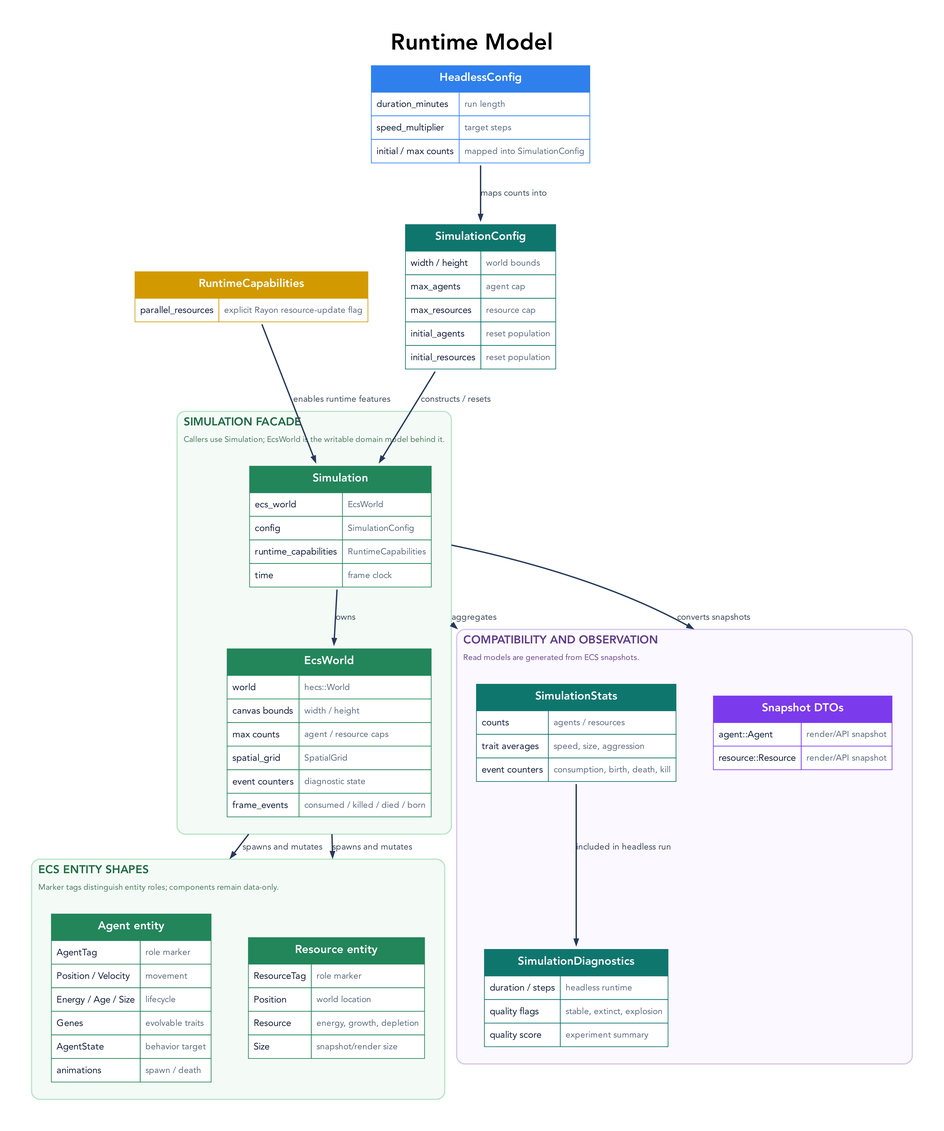
The Graphviz diagram docs/diagrams/runtime-model.png in tre-systems/evo-1, before a commit. Its source is kept beside it as docs/diagrams/runtime-model.dot.
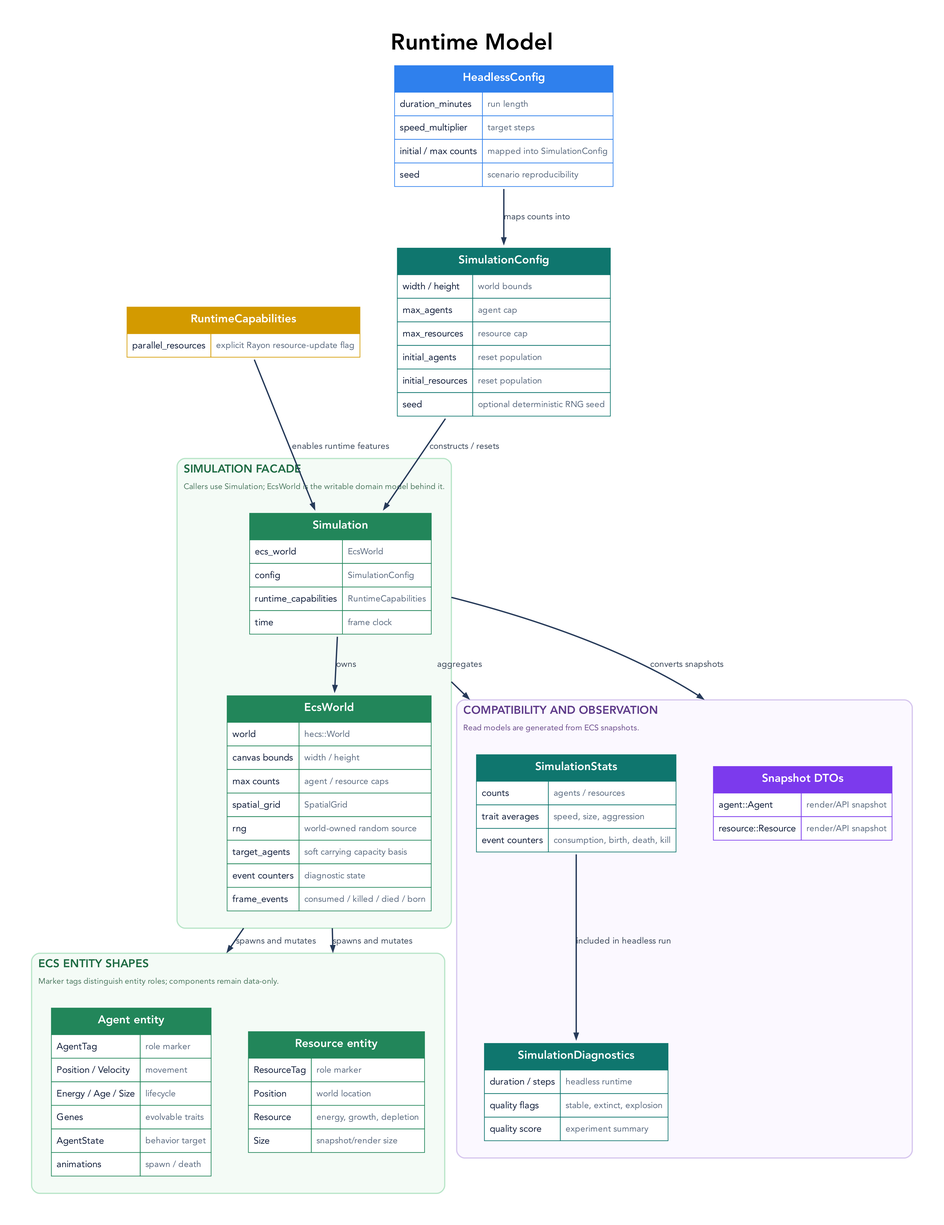
The same file after the commit.

The edit, as a diff of the source:
```diff
@@ -43,6 +43,7 @@
       <TR><TD ALIGN="LEFT"><FONT POINT-SIZE="14">max_resources</FONT></TD><TD ALIGN="LEFT"><FONT POINT-SIZE="13" COLOR="#5b6b80">resource cap</FONT></TD></TR>
       <TR><TD ALIGN="LEFT"><FONT POINT-SIZE="14">initial_agents</FONT></TD><TD ALIGN="LEFT"><FONT POINT-SIZE="13" COLOR="#5b6b80">reset population</FONT></TD></TR>
       <TR><TD ALIGN="LEFT"><FONT POINT-SIZE="14">initial_resources</FONT></TD><TD ALIGN="LEFT"><FONT POINT-SIZE="13" COLOR="#5b6b80">reset population</FONT></TD></TR>
+      <TR><TD ALIGN="LEFT"><FONT POINT-SIZE="14">seed</FONT></TD><TD ALIGN="LEFT"><FONT POINT-SIZE="13" COLOR="#5b6b80">optional deterministic RNG seed</FONT></TD></TR>
     </TABLE>
   >];
 
@@ -52,6 +53,7 @@
       <TR><TD ALIGN="LEFT"><FONT POINT-SIZE="14">duration_minutes</FONT></TD><TD ALIGN="LEFT"><FONT POINT-SIZE="13" COLOR="#5b6b80">run length</FONT></TD></TR>
       <TR><TD ALIGN="LEFT"><FONT POINT-SIZE="14">speed_multiplier</FONT></TD><TD ALIGN="LEFT"><FONT POINT-SIZE="13" COLOR="#5b6b80">target steps</FONT></TD></TR>
       <TR><TD ALIGN="LEFT"><FONT POINT-SIZE="14">initial / max counts</FONT></TD><TD ALIGN="LEFT"><FONT POINT-SIZE="13" COLOR="#5b6b80">mapped into SimulationConfig</FONT></TD></TR>
+      <TR><TD ALIGN="LEFT"><FONT POINT-SIZE="14">seed</FONT></TD><TD ALIGN="LEFT"><FONT POINT-SIZE="13" COLOR="#5b6b80">scenario reproducibility</FONT></TD></TR>
     </TABLE>
   >];
 
@@ -96,6 +98,8 @@
         <TR><TD ALIGN="LEFT"><FONT POINT-SIZE="14">canvas bounds</FONT></TD><TD ALIGN="LEFT"><FONT POINT-SIZE="13" COLOR="#5b6b80">width / height</FONT></TD></TR>
         <TR><TD ALIGN="LEFT"><FONT POINT-SIZE="14">max counts</FONT></TD><TD ALIGN="LEFT"><FONT POINT-SIZE="13" COLOR="#5b6b80">agent / resource caps</FONT></TD></TR>
         <TR><TD ALIGN="LEFT"><FONT POINT-SIZE="14">spatial_grid</FONT></TD><TD ALIGN="LEFT"><FONT POINT-SIZE="13" COLOR="#5b6b80">SpatialGrid</FONT></TD></TR>
+        <TR><TD ALIGN="LEFT"><FONT POINT-SIZE="14">rng</FONT></TD><TD ALIGN="LEFT"><FONT POINT-SIZE="13" COLOR="#5b6b80">world-owned random source</FONT></TD></TR>
+        <TR><TD ALIGN="LEFT"><FONT POINT-SIZE="14">target_agents</FONT></TD><TD ALIGN="LEFT"><FONT POINT-SIZE="13" COLOR="#5b6b80">soft carrying capacity basis</FONT></TD></TR>
         <TR><TD ALIGN="LEFT"><FONT POINT-SIZE="14">event counters</FONT></TD><TD ALIGN="LEFT"><FONT POINT-SIZE="13" COLOR="#5b6b80">diagnostic state</FONT></TD></TR>
         <TR><TD ALIGN="LEFT"><FONT POINT-SIZE="14">frame_events</FONT></TD><TD ALIGN="LEFT"><FONT POINT-SIZE="13" COLOR="#5b6b80">consumed / killed / died / born</FONT></TD></TR>
       </TABLE>
```
